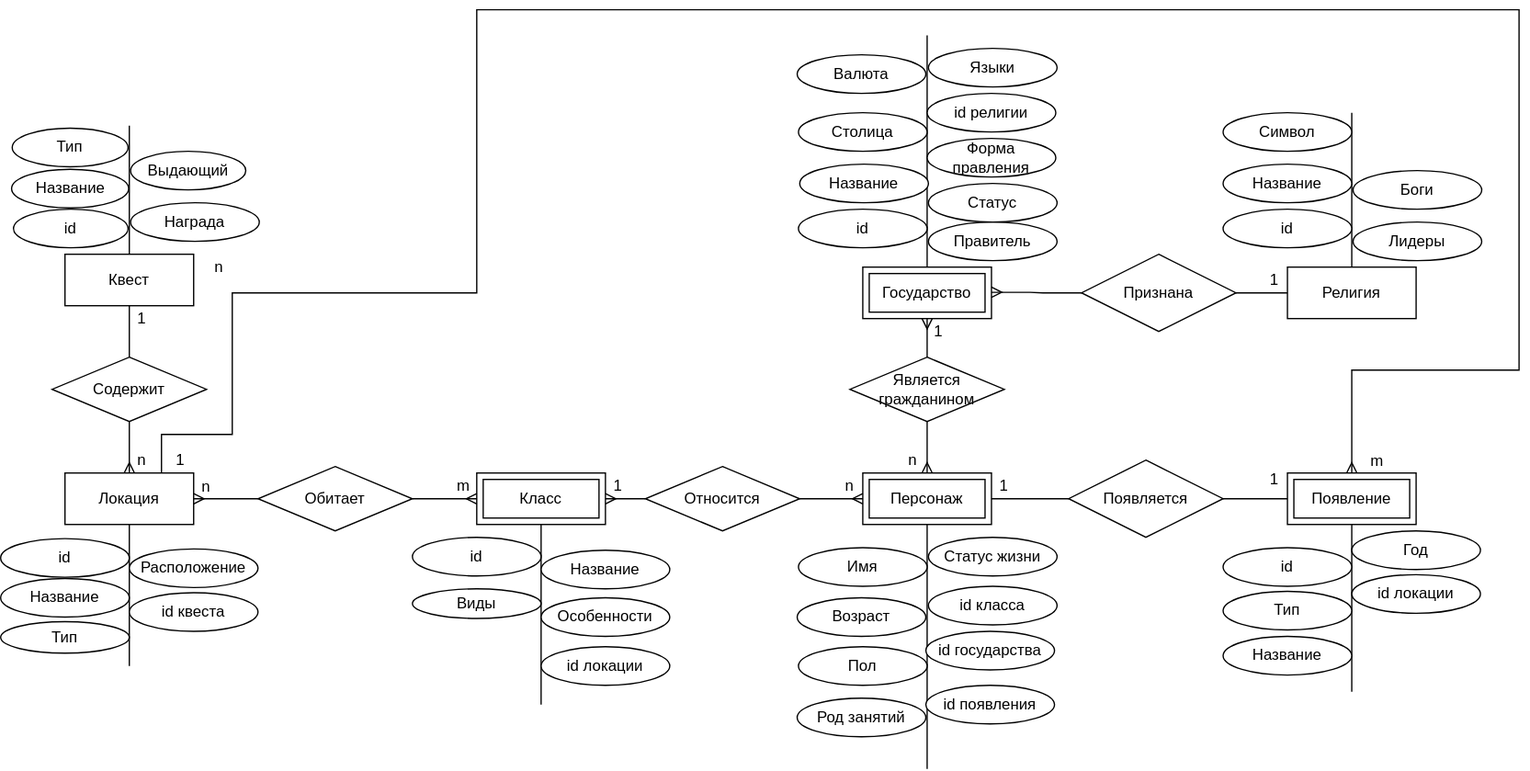
The draw.io diagram labs/data/er_diagram.svg in Erlendum/BMSTU_DB, before a commit. Source tidied: cells renumbered, new cells last; positions are measured from the earlier drawing's top-left corner, leaving out a move shared by most shapes.
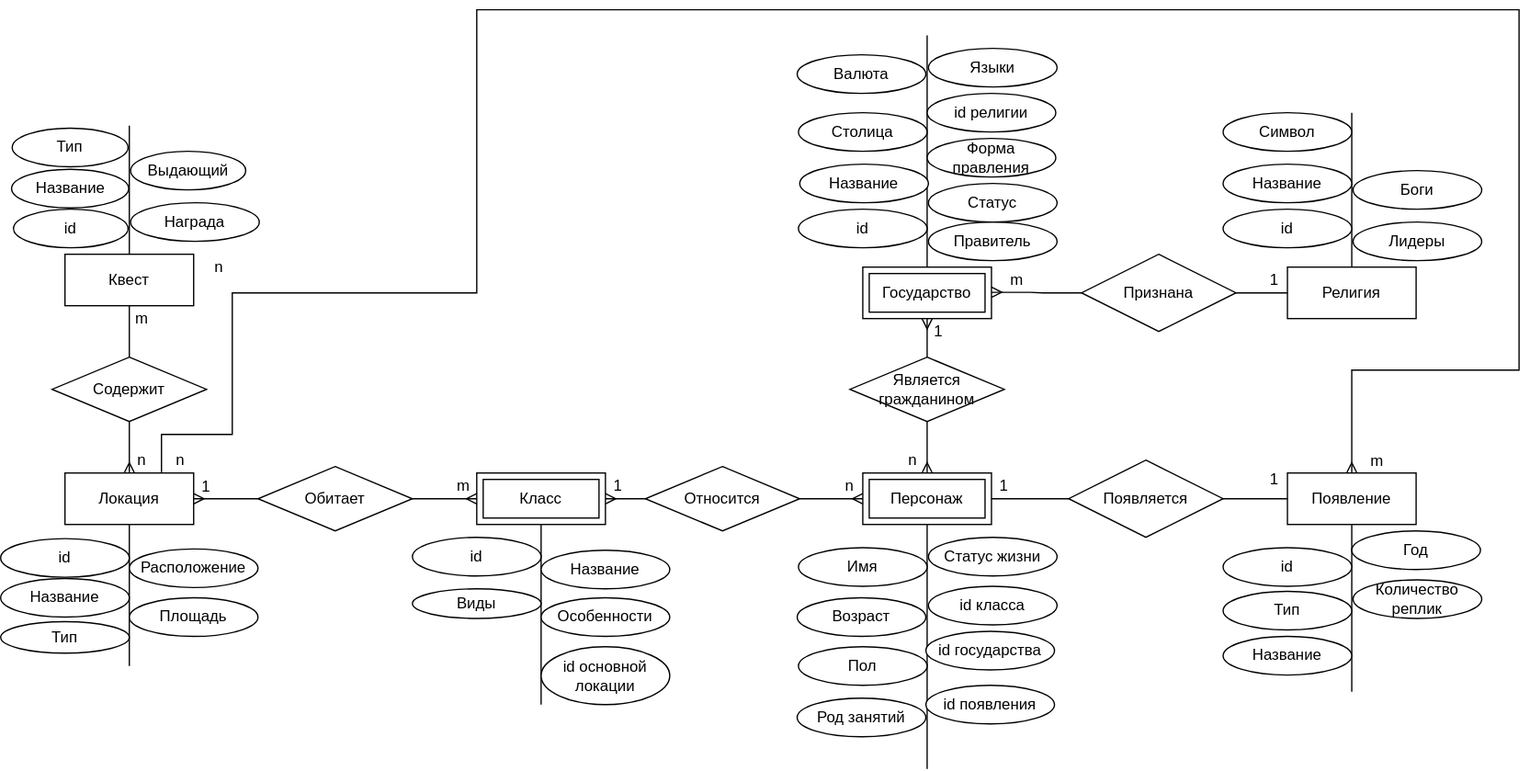
The same diagram one commit later.

Change to the diagram source:
```diff
@@ -35,9 +35,6 @@
     <mxCell id="10" value="Год" style="ellipse;whiteSpace=wrap;html=1;align=center;" parent="1" vertex="1">
       <mxGeometry x="1050" y="405" width="100" height="30" as="geometry" />
     </mxCell>
-    <mxCell id="11" value="id локации" style="ellipse;whiteSpace=wrap;html=1;align=center;" parent="1" vertex="1">
-      <mxGeometry x="1050" y="439" width="100" height="30" as="geometry" />
-    </mxCell>
     <mxCell id="12" value="Название" style="ellipse;whiteSpace=wrap;html=1;align=center;" parent="1" vertex="1">
       <mxGeometry x="950" y="487" width="100" height="30" as="geometry" />
     </mxCell>
@@ -106,8 +103,8 @@
     <mxCell id="30" value="id" style="ellipse;whiteSpace=wrap;html=1;align=center;" parent="1" vertex="1">
       <mxGeometry x="320" y="410" width="100" height="30" as="geometry" />
     </mxCell>
-    <mxCell id="31" value="id локации" style="ellipse;whiteSpace=wrap;html=1;align=center;" parent="1" vertex="1">
-      <mxGeometry x="420" y="495" width="100" height="30" as="geometry" />
+    <mxCell id="31" value="id основной локации" style="ellipse;whiteSpace=wrap;html=1;align=center;" parent="1" vertex="1">
+      <mxGeometry x="420" y="495" width="100" height="45" as="geometry" />
     </mxCell>
     <mxCell id="32" value="Название" style="ellipse;whiteSpace=wrap;html=1;align=center;" parent="1" vertex="1">
       <mxGeometry x="420" y="420" width="100" height="30" as="geometry" />
@@ -159,13 +156,10 @@
     <mxCell id="47" value="Название" style="ellipse;whiteSpace=wrap;html=1;align=center;" parent="1" vertex="1">
       <mxGeometry y="442" width="100" height="30" as="geometry" />
     </mxCell>
-    <mxCell id="48" value="id квеста" style="ellipse;whiteSpace=wrap;html=1;align=center;" parent="1" vertex="1">
-      <mxGeometry x="100" y="453" width="100" height="30" as="geometry" />
-    </mxCell>
     <mxCell id="49" value="Тип" style="ellipse;whiteSpace=wrap;html=1;align=center;" parent="1" vertex="1">
       <mxGeometry y="475.5" width="100" height="24.5" as="geometry" />
     </mxCell>
-    <mxCell id="50" value="n" style="text;html=1;strokeColor=none;fillColor=none;align=center;verticalAlign=middle;whiteSpace=wrap;rounded=0;" parent="1" vertex="1">
+    <mxCell id="50" value="1" style="text;html=1;strokeColor=none;fillColor=none;align=center;verticalAlign=middle;whiteSpace=wrap;rounded=0;" parent="1" vertex="1">
       <mxGeometry x="150" y="361" width="20" height="20" as="geometry" />
     </mxCell>
     <mxCell id="51" value="m" style="text;html=1;strokeColor=none;fillColor=none;align=center;verticalAlign=middle;whiteSpace=wrap;rounded=0;" parent="1" vertex="1">
@@ -192,7 +186,7 @@
     <mxCell id="57" value="n" style="text;html=1;strokeColor=none;fillColor=none;align=center;verticalAlign=middle;whiteSpace=wrap;rounded=0;" parent="1" vertex="1">
       <mxGeometry x="100" y="340" width="20" height="20" as="geometry" />
     </mxCell>
-    <mxCell id="58" value="1" style="text;html=1;strokeColor=none;fillColor=none;align=center;verticalAlign=middle;whiteSpace=wrap;rounded=0;" parent="1" vertex="1">
+    <mxCell id="58" value="m" style="text;html=1;strokeColor=none;fillColor=none;align=center;verticalAlign=middle;whiteSpace=wrap;rounded=0;" parent="1" vertex="1">
       <mxGeometry x="100" y="230" width="20" height="20" as="geometry" />
     </mxCell>
     <mxCell id="59" value="Награда" style="ellipse;whiteSpace=wrap;html=1;align=center;" parent="1" vertex="1">
@@ -263,14 +257,12 @@
     <mxCell id="78" style="edgeStyle=orthogonalEdgeStyle;rounded=0;jettySize=auto;html=1;exitX=1;exitY=0.5;exitDx=0;exitDy=0;entryX=0;entryY=0.5;entryDx=0;entryDy=0;startArrow=ERmany;startFill=0;endArrow=none;endFill=0;" parent="1" edge="1" source="44" target="52">
       <mxGeometry relative="1" as="geometry" />
     </mxCell>
-    <mxCell id="79" value="Появление" style="shape=ext;margin=3;double=1;whiteSpace=wrap;html=1;align=center;strokeColor=default;" parent="1" vertex="1">
-      <mxGeometry x="1000" y="360" width="100" height="40" as="geometry" />
-    </mxCell>
     <mxCell id="80" value="Квест" style="whiteSpace=wrap;html=1;align=center;" parent="1" vertex="1">
       <mxGeometry x="50" y="190" width="100" height="40" as="geometry" />
     </mxCell>
-    <mxCell id="81" style="endArrow=ERmany;html=1;rounded=0;startArrow=none;startFill=0;endFill=0;exitX=0.75;exitY=0;exitDx=0;exitDy=0;entryX=0.5;entryY=0;entryDx=0;entryDy=0;" parent="1" edge="1" source="44" target="79">
+    <mxCell id="81" style="endArrow=ERmany;html=1;rounded=0;startArrow=none;startFill=0;endFill=0;exitX=0.75;exitY=0;exitDx=0;exitDy=0;entryX=0.5;entryY=0;entryDx=0;entryDy=0;" parent="1" edge="1" source="44">
       <mxGeometry relative="1" as="geometry">
+        <mxPoint x="1050" y="360" as="targetPoint" />
         <Array as="points">
           <mxPoint x="125" y="330" />
           <mxPoint x="180" y="330" />
@@ -297,8 +289,9 @@
         </Array>
       </mxGeometry>
     </mxCell>
-    <mxCell id="85" style="edgeStyle=orthogonalEdgeStyle;rounded=0;jettySize=auto;html=1;endArrow=none;endFill=0;startArrow=none;startFill=0;exitX=0;exitY=0.5;exitDx=0;exitDy=0;entryX=1;entryY=0.5;entryDx=0;entryDy=0;" parent="1" edge="1" source="79" target="16">
+    <mxCell id="85" style="edgeStyle=orthogonalEdgeStyle;rounded=0;jettySize=auto;html=1;endArrow=none;endFill=0;startArrow=none;startFill=0;exitX=0;exitY=0.5;exitDx=0;exitDy=0;entryX=1;entryY=0.5;entryDx=0;entryDy=0;" parent="1" edge="1" target="16">
       <mxGeometry relative="1" as="geometry">
+        <mxPoint x="1000" y="380" as="sourcePoint" />
         <Array as="points">
           <mxPoint x="980" y="380" />
           <mxPoint x="980" y="380" />
@@ -314,8 +307,20 @@
     <mxCell id="88" style="edgeStyle=orthogonalEdgeStyle;rounded=0;jettySize=auto;html=1;endArrow=none;endFill=0;startArrow=none;startFill=0;exitX=0.5;exitY=1;exitDx=0;exitDy=0;entryX=0.5;entryY=0;entryDx=0;entryDy=0;" parent="1" edge="1" source="80" target="56">
       <mxGeometry relative="1" as="geometry" />
     </mxCell>
-    <mxCell id="89" value="1" style="text;html=1;strokeColor=none;fillColor=none;align=center;verticalAlign=middle;whiteSpace=wrap;rounded=0;" parent="1" vertex="1">
+    <mxCell id="89" value="n" style="text;html=1;strokeColor=none;fillColor=none;align=center;verticalAlign=middle;whiteSpace=wrap;rounded=0;" parent="1" vertex="1">
       <mxGeometry x="130" y="340" width="20" height="20" as="geometry" />
     </mxCell>
+    <mxCell id="90" value="m" style="text;html=1;strokeColor=none;fillColor=none;align=center;verticalAlign=middle;whiteSpace=wrap;rounded=0;" parent="1" vertex="1">
+      <mxGeometry x="780" y="200" width="20" height="20" as="geometry" />
+    </mxCell>
+    <mxCell id="91" value="&lt;div&gt;Количество&lt;/div&gt;&lt;div&gt;реплик&lt;br&gt;&lt;/div&gt;" style="ellipse;whiteSpace=wrap;html=1;align=center;" parent="1" vertex="1">
+      <mxGeometry x="1051" y="443" width="100" height="30" as="geometry" />
+    </mxCell>
+    <mxCell id="79" value="Появление" style="whiteSpace=wrap;html=1;align=center;" parent="1" vertex="1">
+      <mxGeometry x="1000" y="360" width="100" height="40" as="geometry" />
+    </mxCell>
+    <mxCell id="92" value="Площадь" style="ellipse;whiteSpace=wrap;html=1;align=center;" parent="1" vertex="1">
+      <mxGeometry x="100" y="457" width="100" height="30" as="geometry" />
+    </mxCell>
   </root>
 </mxGraphModel>
```
